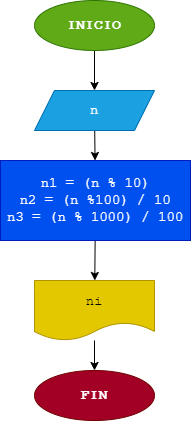
Earlier version of the draw.io export diagrama.png (JFEstevezC/numero_invertido). Source tidied: cells renumbered, new cells last; positions are measured from the earlier drawing's top-left corner, leaving out a move shared by most shapes. Its diagram source:
```xml
<mxGraphModel>
  <root>
    <mxCell id="0" />
    <mxCell id="1" parent="0" />
    <mxCell id="2" style="edgeStyle=none;html=1;fontFamily=Courier New;fontSize=12;" parent="1" edge="1" source="3" target="5">
      <mxGeometry relative="1" as="geometry" />
    </mxCell>
    <mxCell id="3" value="INICIO" style="ellipse;whiteSpace=wrap;html=1;fontFamily=Courier New;fontSize=15;fontStyle=1;fillColor=#60a917;fontColor=#ffffff;strokeColor=#2D7600;" parent="1" vertex="1">
      <mxGeometry x="34" width="120" height="50" as="geometry" />
    </mxCell>
    <mxCell id="4" style="edgeStyle=none;html=1;fontFamily=Courier New;fontSize=12;" parent="1" edge="1" source="5" target="7">
      <mxGeometry relative="1" as="geometry" />
    </mxCell>
    <mxCell id="5" value="n" style="shape=parallelogram;perimeter=parallelogramPerimeter;whiteSpace=wrap;html=1;fixedSize=1;fontFamily=Courier New;fontSize=14;fillColor=#1ba1e2;fontColor=#ffffff;strokeColor=#006EAF;" parent="1" vertex="1">
      <mxGeometry x="34" y="90" width="120" height="40" as="geometry" />
    </mxCell>
    <mxCell id="6" style="edgeStyle=none;html=1;fontFamily=Courier New;fontSize=12;" parent="1" edge="1" source="7" target="9">
      <mxGeometry relative="1" as="geometry" />
    </mxCell>
    <mxCell id="7" value="n1 = (n % 10)&lt;br style=&quot;font-size: 14px;&quot;&gt;n2 = (n %100) / 10&lt;br style=&quot;font-size: 14px;&quot;&gt;n3 = (n % 1000) / 100" style="whiteSpace=wrap;html=1;fontFamily=Courier New;fontSize=14;fillColor=#0050ef;fontColor=#ffffff;strokeColor=#001DBC;" parent="1" vertex="1">
      <mxGeometry y="160" width="190" height="80" as="geometry" />
    </mxCell>
    <mxCell id="8" style="edgeStyle=none;html=1;entryX=0.5;entryY=0;entryDx=0;entryDy=0;fontFamily=Courier New;fontSize=12;" parent="1" edge="1" source="9" target="10">
      <mxGeometry relative="1" as="geometry" />
    </mxCell>
    <mxCell id="9" value="ni" style="shape=document;whiteSpace=wrap;html=1;boundedLbl=1;fontFamily=Courier New;fontSize=14;fillColor=#e3c800;fontColor=#000000;strokeColor=#B09500;" parent="1" vertex="1">
      <mxGeometry x="34" y="280" width="120" height="60" as="geometry" />
    </mxCell>
    <mxCell id="10" value="FIN" style="ellipse;whiteSpace=wrap;html=1;fontFamily=Courier New;fontSize=15;fontStyle=1;fillColor=#a20025;fontColor=#ffffff;strokeColor=#6F0000;" parent="1" vertex="1">
      <mxGeometry x="34" y="370" width="120" height="50" as="geometry" />
    </mxCell>
  </root>
</mxGraphModel>
```
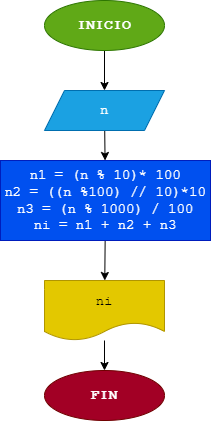
Above is the later version.

Commit message:
Diagrama de flujo y programa en python 2

The edit, as a diff of the source:
```diff
@@ -17,8 +17,8 @@
     <mxCell id="6" style="edgeStyle=none;html=1;fontFamily=Courier New;fontSize=12;" parent="1" edge="1" source="7" target="9">
       <mxGeometry relative="1" as="geometry" />
     </mxCell>
-    <mxCell id="7" value="n1 = (n % 10)&lt;br style=&quot;font-size: 14px;&quot;&gt;n2 = (n %100) / 10&lt;br style=&quot;font-size: 14px;&quot;&gt;n3 = (n % 1000) / 100" style="whiteSpace=wrap;html=1;fontFamily=Courier New;fontSize=14;fillColor=#0050ef;fontColor=#ffffff;strokeColor=#001DBC;" parent="1" vertex="1">
-      <mxGeometry y="160" width="190" height="80" as="geometry" />
+    <mxCell id="7" value="n1 = (n % 10)* 100&lt;br style=&quot;font-size: 14px;&quot;&gt;n2 = ((n %100) // 10)*10&lt;br style=&quot;font-size: 14px;&quot;&gt;n3 = (n % 1000) / 100&lt;br&gt;ni = n1 + n2 + n3" style="whiteSpace=wrap;html=1;fontFamily=Courier New;fontSize=14;fillColor=#0050ef;fontColor=#ffffff;strokeColor=#001DBC;" parent="1" vertex="1">
+      <mxGeometry x="-10" y="160" width="210" height="80" as="geometry" />
     </mxCell>
     <mxCell id="8" style="edgeStyle=none;html=1;entryX=0.5;entryY=0;entryDx=0;entryDy=0;fontFamily=Courier New;fontSize=12;" parent="1" edge="1" source="9" target="10">
       <mxGeometry relative="1" as="geometry" />
```
